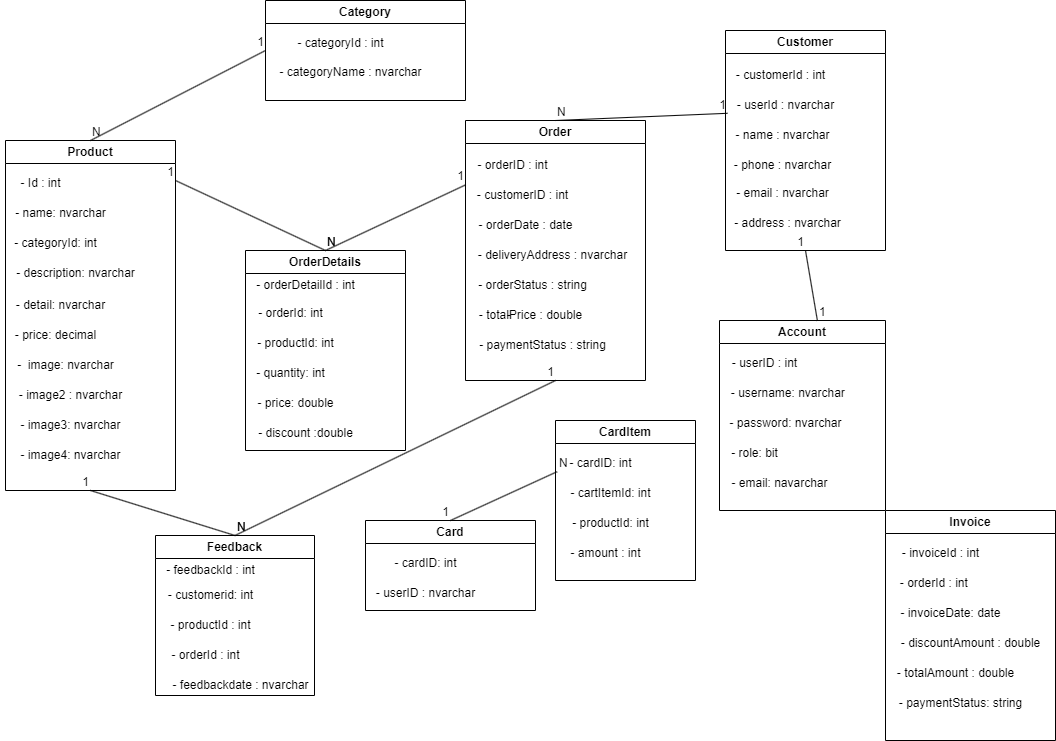
The draw.io diagram vẽ class diagram cho web bán hàng-Trang-3.drawio.png in TTHTech/Diagram, before a commit. Source tidied: cells renumbered, new cells last; positions are measured from the earlier drawing's top-left corner, leaving out a move shared by most shapes.
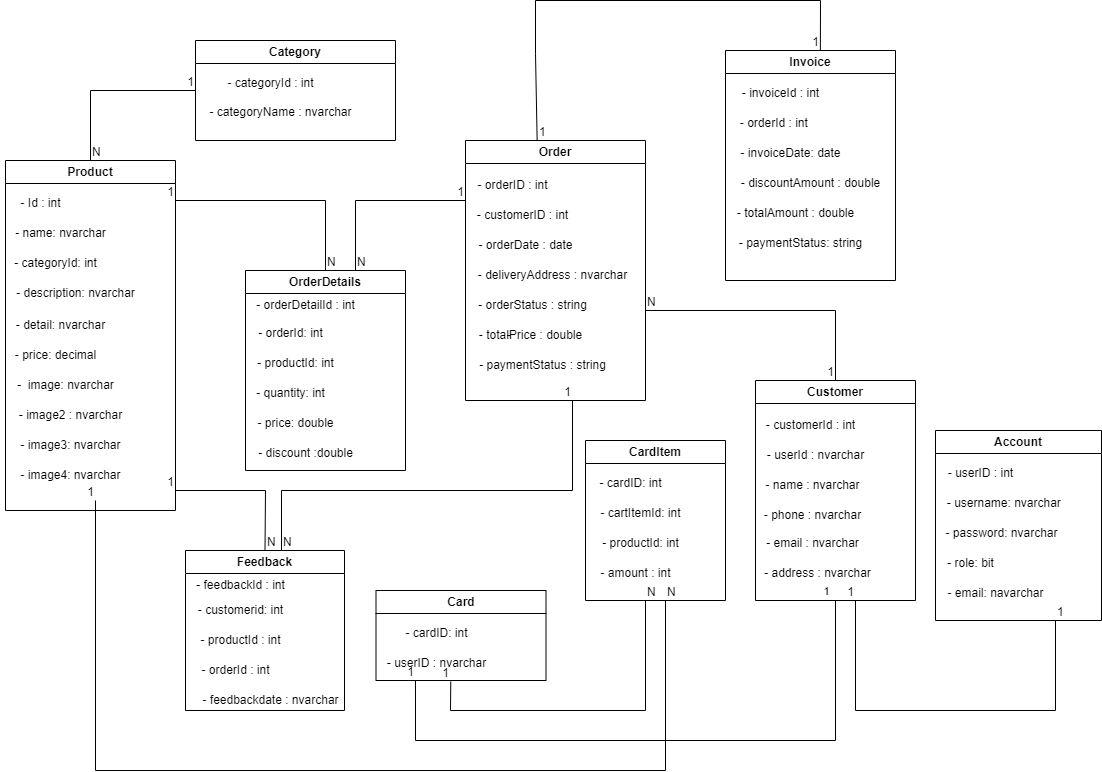
The same diagram one commit later.

Diff of the diagram source:
```diff
@@ -36,7 +36,7 @@
       <mxGeometry x="5" y="300" width="120" height="30" as="geometry" />
     </mxCell>
     <mxCell id="13" value="Account" style="swimlane;whiteSpace=wrap;html=1;" parent="1" vertex="1">
-      <mxGeometry x="719" y="320" width="166" height="190" as="geometry" />
+      <mxGeometry x="935" y="410" width="166" height="190" as="geometry" />
     </mxCell>
     <mxCell id="14" value="- userID : int" style="text;html=1;align=center;verticalAlign=middle;strokeColor=none;fillColor=none;" parent="13" vertex="1">
       <mxGeometry y="28" width="90" height="30" as="geometry" />
@@ -54,7 +54,7 @@
       <mxGeometry y="148" width="120" height="30" as="geometry" />
     </mxCell>
     <mxCell id="19" value="Card" style="swimlane;whiteSpace=wrap;html=1;" parent="1" vertex="1">
-      <mxGeometry x="365" y="520" width="170" height="90" as="geometry" />
+      <mxGeometry x="375.5" y="570" width="170" height="90" as="geometry" />
     </mxCell>
     <mxCell id="20" value="- cardID: int" style="text;html=1;align=center;verticalAlign=middle;strokeColor=none;fillColor=none;" parent="19" vertex="1">
       <mxGeometry x="15" y="28" width="90" height="30" as="geometry" />
@@ -63,7 +63,7 @@
       <mxGeometry y="58" width="120" height="30" as="geometry" />
     </mxCell>
     <mxCell id="22" value="Category" style="swimlane;whiteSpace=wrap;html=1;" parent="1" vertex="1">
-      <mxGeometry x="265" width="200" height="100" as="geometry" />
+      <mxGeometry x="195" y="20" width="200" height="100" as="geometry" />
     </mxCell>
     <mxCell id="23" value="- categoryId : int" style="text;html=1;align=center;verticalAlign=middle;strokeColor=none;fillColor=none;" parent="22" vertex="1">
       <mxGeometry x="20" y="28" width="110" height="30" as="geometry" />
@@ -120,7 +120,7 @@
       <mxGeometry y="168" width="120" height="30" as="geometry" />
     </mxCell>
     <mxCell id="41" value="Feedback" style="swimlane;whiteSpace=wrap;html=1;" parent="1" vertex="1">
-      <mxGeometry x="155" y="535" width="159" height="160" as="geometry" />
+      <mxGeometry x="185" y="530" width="159" height="160" as="geometry" />
     </mxCell>
     <mxCell id="42" value="- feedbackId : int" style="text;html=1;align=center;verticalAlign=middle;strokeColor=none;fillColor=none;" parent="41" vertex="1">
       <mxGeometry y="20" width="110" height="30" as="geometry" />
@@ -138,7 +138,11 @@
       <mxGeometry x="5" y="135" width="160" height="30" as="geometry" />
     </mxCell>
     <mxCell id="47" style="endArrow=none;html=1;rounded=0;exitX=0.5;exitY=0;exitDx=0;exitDy=0;entryX=0;entryY=0.5;entryDx=0;entryDy=0;" parent="1" edge="1" source="2" target="22">
-      <mxGeometry relative="1" as="geometry" />
+      <mxGeometry relative="1" as="geometry">
+        <Array as="points">
+          <mxPoint x="90" y="70" />
+        </Array>
+      </mxGeometry>
     </mxCell>
     <mxCell id="48" value="N" style="html=1;whiteSpace=wrap;align=left;verticalAlign=bottom;" parent="47" vertex="1">
       <mxGeometry x="-1" relative="1" as="geometry" />
@@ -149,6 +153,9 @@
     <mxCell id="50" style="endArrow=none;html=1;rounded=0;exitX=0.5;exitY=0;exitDx=0;exitDy=0;" parent="1" edge="1" source="34">
       <mxGeometry relative="1" as="geometry">
         <mxPoint x="175" y="180" as="targetPoint" />
+        <Array as="points">
+          <mxPoint x="325" y="180" />
+        </Array>
       </mxGeometry>
     </mxCell>
     <mxCell id="51" value="N" style="html=1;whiteSpace=wrap;align=left;verticalAlign=bottom;" parent="50" vertex="1">
@@ -157,9 +164,13 @@
     <mxCell id="52" value="1" style="html=1;whiteSpace=wrap;align=right;verticalAlign=bottom;" parent="50" vertex="1">
       <mxGeometry x="1" relative="1" as="geometry" />
     </mxCell>
-    <mxCell id="53" style="endArrow=none;html=1;rounded=0;entryX=-0.022;entryY=1.147;entryDx=0;entryDy=0;entryPerimeter=0;" parent="1" edge="1" target="27">
+    <mxCell id="53" style="endArrow=none;html=1;rounded=0;" parent="1" edge="1">
       <mxGeometry relative="1" as="geometry">
-        <mxPoint x="325" y="250" as="sourcePoint" />
+        <mxPoint x="355" y="250" as="sourcePoint" />
+        <mxPoint x="465" y="180" as="targetPoint" />
+        <Array as="points">
+          <mxPoint x="355" y="180" />
+        </Array>
       </mxGeometry>
     </mxCell>
     <mxCell id="54" value="N" style="html=1;whiteSpace=wrap;align=left;verticalAlign=bottom;" parent="53" vertex="1">
@@ -169,7 +180,7 @@
       <mxGeometry x="1" relative="1" as="geometry" />
     </mxCell>
     <mxCell id="56" value="Customer" style="swimlane;whiteSpace=wrap;html=1;" parent="1" vertex="1">
-      <mxGeometry x="725" y="30" width="160" height="220" as="geometry" />
+      <mxGeometry x="755" y="360" width="160" height="220" as="geometry" />
     </mxCell>
     <mxCell id="57" value="- userId : nvarchar" style="text;html=1;align=center;verticalAlign=middle;points=[];strokeColor=none;fillColor=none;" parent="56" vertex="1">
       <mxGeometry y="60" width="120" height="30" as="geometry" />
@@ -189,8 +200,13 @@
     <mxCell id="62" value="- address : nvarchar" style="text;html=1;align=center;verticalAlign=middle;strokeColor=none;fillColor=none;" parent="56" vertex="1">
       <mxGeometry x="-3" y="178" width="130" height="30" as="geometry" />
     </mxCell>
-    <mxCell id="63" style="endArrow=none;html=1;rounded=0;entryX=0.017;entryY=0.76;entryDx=0;entryDy=0;entryPerimeter=0;exitX=0.5;exitY=0;exitDx=0;exitDy=0;" parent="1" edge="1" source="25" target="57">
-      <mxGeometry relative="1" as="geometry" />
+    <mxCell id="63" style="endArrow=none;html=1;rounded=0;entryX=0.5;entryY=0;entryDx=0;entryDy=0;" parent="1" edge="1" target="56">
+      <mxGeometry relative="1" as="geometry">
+        <mxPoint x="645" y="290" as="sourcePoint" />
+        <Array as="points">
+          <mxPoint x="835" y="290" />
+        </Array>
+      </mxGeometry>
     </mxCell>
     <mxCell id="64" value="N" style="html=1;whiteSpace=wrap;align=left;verticalAlign=bottom;" parent="63" vertex="1">
       <mxGeometry x="-1" relative="1" as="geometry" />
@@ -199,7 +215,7 @@
       <mxGeometry x="1" relative="1" as="geometry" />
     </mxCell>
     <mxCell id="66" value="CardItem" style="swimlane;whiteSpace=wrap;html=1;" parent="1" vertex="1">
-      <mxGeometry x="555" y="420" width="140" height="160" as="geometry" />
+      <mxGeometry x="585" y="420" width="140" height="160" as="geometry" />
     </mxCell>
     <mxCell id="67" value="- cardID: int" style="text;html=1;align=center;verticalAlign=middle;points=[];strokeColor=none;fillColor=none;" parent="66" vertex="1">
       <mxGeometry y="28" width="90" height="30" as="geometry" />
@@ -214,7 +230,7 @@
       <mxGeometry x="5" y="118" width="90" height="30" as="geometry" />
     </mxCell>
     <mxCell id="71" value="Invoice" style="swimlane;whiteSpace=wrap;html=1;" parent="1" vertex="1">
-      <mxGeometry x="885" y="510" width="170" height="230" as="geometry" />
+      <mxGeometry x="725" y="30" width="170" height="230" as="geometry" />
     </mxCell>
     <mxCell id="72" value="-&amp;nbsp;orderId : int&amp;nbsp;" style="text;html=1;align=center;verticalAlign=middle;strokeColor=none;fillColor=none;" parent="71" vertex="1">
       <mxGeometry x="5" y="58" width="90" height="30" as="geometry" />
@@ -234,8 +250,13 @@
     <mxCell id="77" value="-&amp;nbsp;invoiceId : int" style="text;html=1;align=center;verticalAlign=middle;strokeColor=none;fillColor=none;" parent="71" vertex="1">
       <mxGeometry x="5" y="28" width="100" height="30" as="geometry" />
     </mxCell>
-    <mxCell id="78" style="endArrow=none;html=1;rounded=0;entryX=0.5;entryY=1;entryDx=0;entryDy=0;exitX=0.5;exitY=0;exitDx=0;exitDy=0;" parent="1" edge="1" source="41" target="2">
-      <mxGeometry relative="1" as="geometry" />
+    <mxCell id="78" style="endArrow=none;html=1;rounded=0;exitX=0.5;exitY=0;exitDx=0;exitDy=0;" parent="1" edge="1" source="41">
+      <mxGeometry relative="1" as="geometry">
+        <mxPoint x="175" y="470" as="targetPoint" />
+        <Array as="points">
+          <mxPoint x="265" y="470" />
+        </Array>
+      </mxGeometry>
     </mxCell>
     <mxCell id="79" value="N" style="html=1;whiteSpace=wrap;align=left;verticalAlign=bottom;" parent="78" vertex="1">
       <mxGeometry x="-1" relative="1" as="geometry" />
@@ -243,8 +264,15 @@
     <mxCell id="80" value="1" style="html=1;whiteSpace=wrap;align=right;verticalAlign=bottom;" parent="78" vertex="1">
       <mxGeometry x="1" relative="1" as="geometry" />
     </mxCell>
-    <mxCell id="81" style="endArrow=none;html=1;rounded=0;entryX=0.5;entryY=1;entryDx=0;entryDy=0;exitX=0.5;exitY=0;exitDx=0;exitDy=0;" parent="1" edge="1" source="41" target="25">
-      <mxGeometry relative="1" as="geometry" />
+    <mxCell id="81" style="endArrow=none;html=1;rounded=0;" parent="1" edge="1">
+      <mxGeometry relative="1" as="geometry">
+        <mxPoint x="281" y="530" as="sourcePoint" />
+        <mxPoint x="572" y="380" as="targetPoint" />
+        <Array as="points">
+          <mxPoint x="281" y="470" />
+          <mxPoint x="572" y="470" />
+        </Array>
+      </mxGeometry>
     </mxCell>
     <mxCell id="82" value="N" style="html=1;whiteSpace=wrap;align=left;verticalAlign=bottom;" parent="81" vertex="1">
       <mxGeometry x="-1" relative="1" as="geometry" />
@@ -252,8 +280,14 @@
     <mxCell id="83" value="1" style="html=1;whiteSpace=wrap;align=right;verticalAlign=bottom;" parent="81" vertex="1">
       <mxGeometry x="1" relative="1" as="geometry" />
     </mxCell>
-    <mxCell id="84" style="endArrow=none;html=1;rounded=0;entryX=0.5;entryY=0;entryDx=0;entryDy=0;exitX=0.018;exitY=0.773;exitDx=0;exitDy=0;exitPerimeter=0;" parent="1" edge="1" source="67" target="19">
-      <mxGeometry relative="1" as="geometry" />
+    <mxCell id="84" style="endArrow=none;html=1;rounded=0;entryX=0.623;entryY=1.107;entryDx=0;entryDy=0;entryPerimeter=0;" parent="1" edge="1" target="21">
+      <mxGeometry relative="1" as="geometry">
+        <mxPoint x="645" y="580" as="sourcePoint" />
+        <Array as="points">
+          <mxPoint x="645" y="690" />
+          <mxPoint x="450" y="690" />
+        </Array>
+      </mxGeometry>
     </mxCell>
     <mxCell id="85" value="N" style="html=1;whiteSpace=wrap;align=left;verticalAlign=bottom;" parent="84" vertex="1">
       <mxGeometry x="-1" relative="1" as="geometry" />
@@ -261,8 +295,15 @@
     <mxCell id="86" value="1" style="html=1;whiteSpace=wrap;align=right;verticalAlign=bottom;" parent="84" vertex="1">
       <mxGeometry x="1" relative="1" as="geometry" />
     </mxCell>
-    <mxCell id="87" style="endArrow=none;html=1;rounded=0;entryX=0.5;entryY=1;entryDx=0;entryDy=0;exitX=0.59;exitY=0.002;exitDx=0;exitDy=0;exitPerimeter=0;" parent="1" edge="1" source="13" target="56">
-      <mxGeometry relative="1" as="geometry" />
+    <mxCell id="87" style="endArrow=none;html=1;rounded=0;entryX=0.5;entryY=1;entryDx=0;entryDy=0;" parent="1" edge="1">
+      <mxGeometry relative="1" as="geometry">
+        <mxPoint x="1055" y="600" as="sourcePoint" />
+        <mxPoint x="855" y="580" as="targetPoint" />
+        <Array as="points">
+          <mxPoint x="1055" y="690" />
+          <mxPoint x="855" y="690" />
+        </Array>
+      </mxGeometry>
     </mxCell>
     <mxCell id="88" value="1" style="html=1;whiteSpace=wrap;align=left;verticalAlign=bottom;" parent="87" vertex="1">
       <mxGeometry x="-1" relative="1" as="geometry" />
@@ -270,5 +311,57 @@
     <mxCell id="89" value="1" style="html=1;whiteSpace=wrap;align=right;verticalAlign=bottom;" parent="87" vertex="1">
       <mxGeometry x="1" relative="1" as="geometry" />
     </mxCell>
+    <mxCell id="90" style="endArrow=none;html=1;rounded=0;exitX=0.398;exitY=-0.012;exitDx=0;exitDy=0;exitPerimeter=0;entryX=0.558;entryY=0.002;entryDx=0;entryDy=0;entryPerimeter=0;" parent="1" edge="1" target="71">
+      <mxGeometry relative="1" as="geometry">
+        <mxPoint x="536.6" y="120" as="sourcePoint" />
+        <Array as="points">
+          <mxPoint x="535" y="33.1" />
+          <mxPoint x="535" y="-20" />
+          <mxPoint x="820" y="-20" />
+        </Array>
+      </mxGeometry>
+    </mxCell>
+    <mxCell id="91" value="1" style="html=1;whiteSpace=wrap;align=left;verticalAlign=bottom;" parent="90" vertex="1">
+      <mxGeometry x="-1" relative="1" as="geometry" />
+    </mxCell>
+    <mxCell id="92" value="1" style="html=1;whiteSpace=wrap;align=right;verticalAlign=bottom;" parent="90" vertex="1">
+      <mxGeometry x="1" relative="1" as="geometry" />
+    </mxCell>
+    <mxCell id="93" style="endArrow=none;html=1;rounded=0;" parent="1" edge="1">
+      <mxGeometry relative="1" as="geometry">
+        <mxPoint x="665" y="580" as="sourcePoint" />
+        <mxPoint x="95" y="480" as="targetPoint" />
+        <Array as="points">
+          <mxPoint x="665" y="750" />
+          <mxPoint x="95" y="750" />
+        </Array>
+      </mxGeometry>
+    </mxCell>
+    <mxCell id="94" value="N" style="html=1;whiteSpace=wrap;align=left;verticalAlign=bottom;" parent="93" vertex="1">
+      <mxGeometry x="-1" relative="1" as="geometry" />
+    </mxCell>
+    <mxCell id="95" value="1" style="html=1;whiteSpace=wrap;align=right;verticalAlign=bottom;" parent="93" vertex="1">
+      <mxGeometry x="1" relative="1" as="geometry" />
+    </mxCell>
+    <mxCell id="96" style="endArrow=none;html=1;rounded=0;entryX=0.329;entryY=1.067;entryDx=0;entryDy=0;entryPerimeter=0;" parent="1" edge="1" target="21">
+      <mxGeometry relative="1" as="geometry">
+        <mxPoint x="835" y="580" as="sourcePoint" />
+        <Array as="points">
+          <mxPoint x="835" y="720" />
+          <mxPoint x="415" y="720" />
+        </Array>
+      </mxGeometry>
+    </mxCell>
+    <mxCell id="97" style="html=1;whiteSpace=wrap;align=left;verticalAlign=bottom;" parent="96" vertex="1">
+      <mxGeometry x="-1" relative="1" as="geometry" />
+    </mxCell>
+    <mxCell id="98" value="1" style="html=1;whiteSpace=wrap;align=right;verticalAlign=bottom;" parent="96" vertex="1">
+      <mxGeometry x="1" relative="1" as="geometry" />
+    </mxCell>
+    <mxCell id="99" value="1" style="edgeLabel;html=1;align=center;verticalAlign=middle;" parent="96" vertex="1">
+      <mxGeometry x="-0.94" y="2" relative="1" as="geometry">
+        <mxPoint x="-12" y="-28" as="offset" />
+      </mxGeometry>
+    </mxCell>
   </root>
 </mxGraphModel>
```
